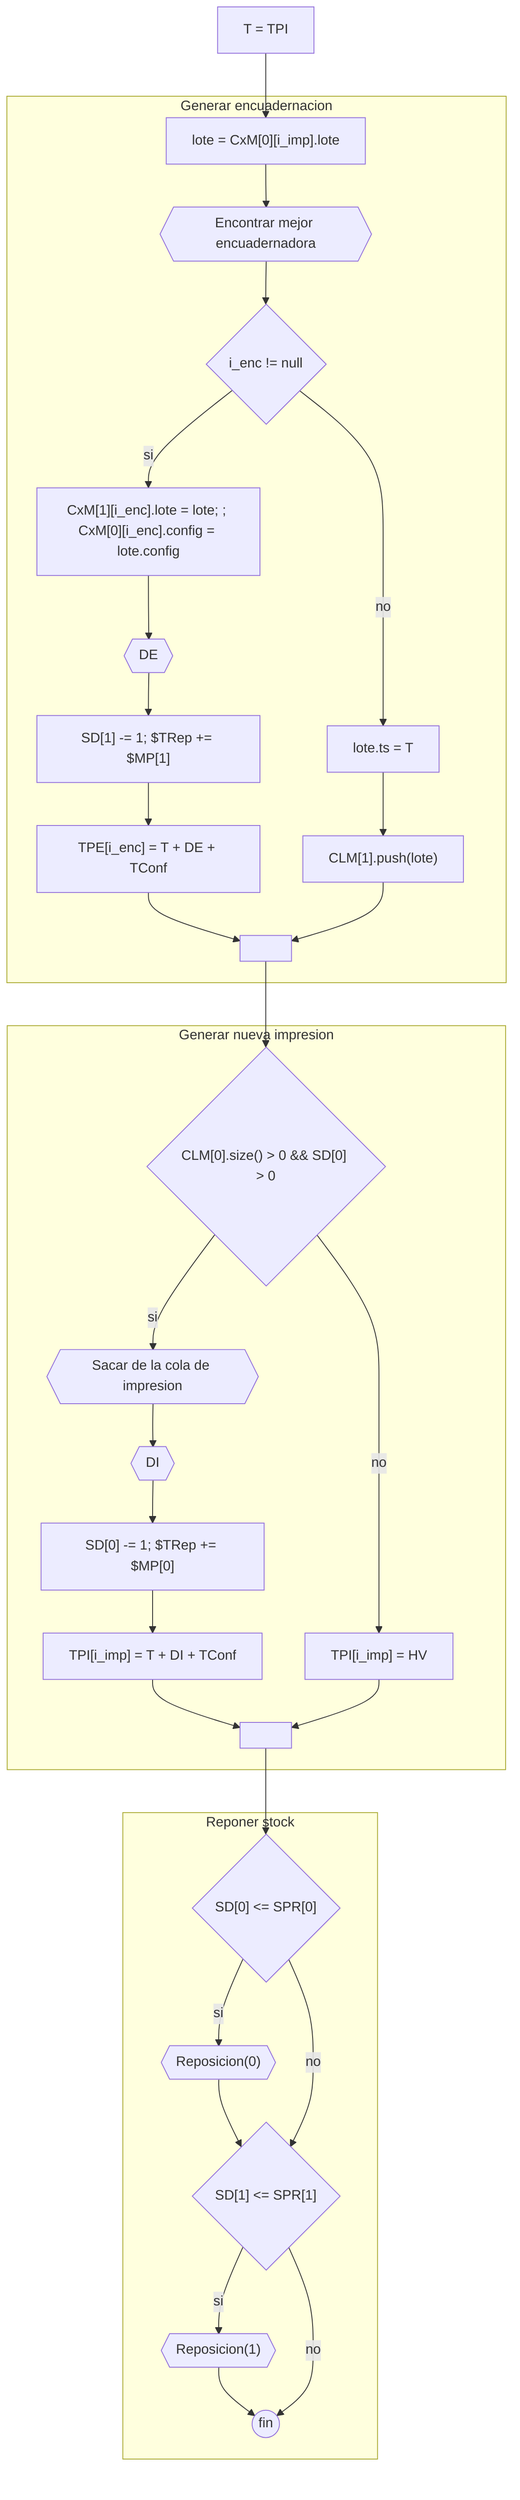
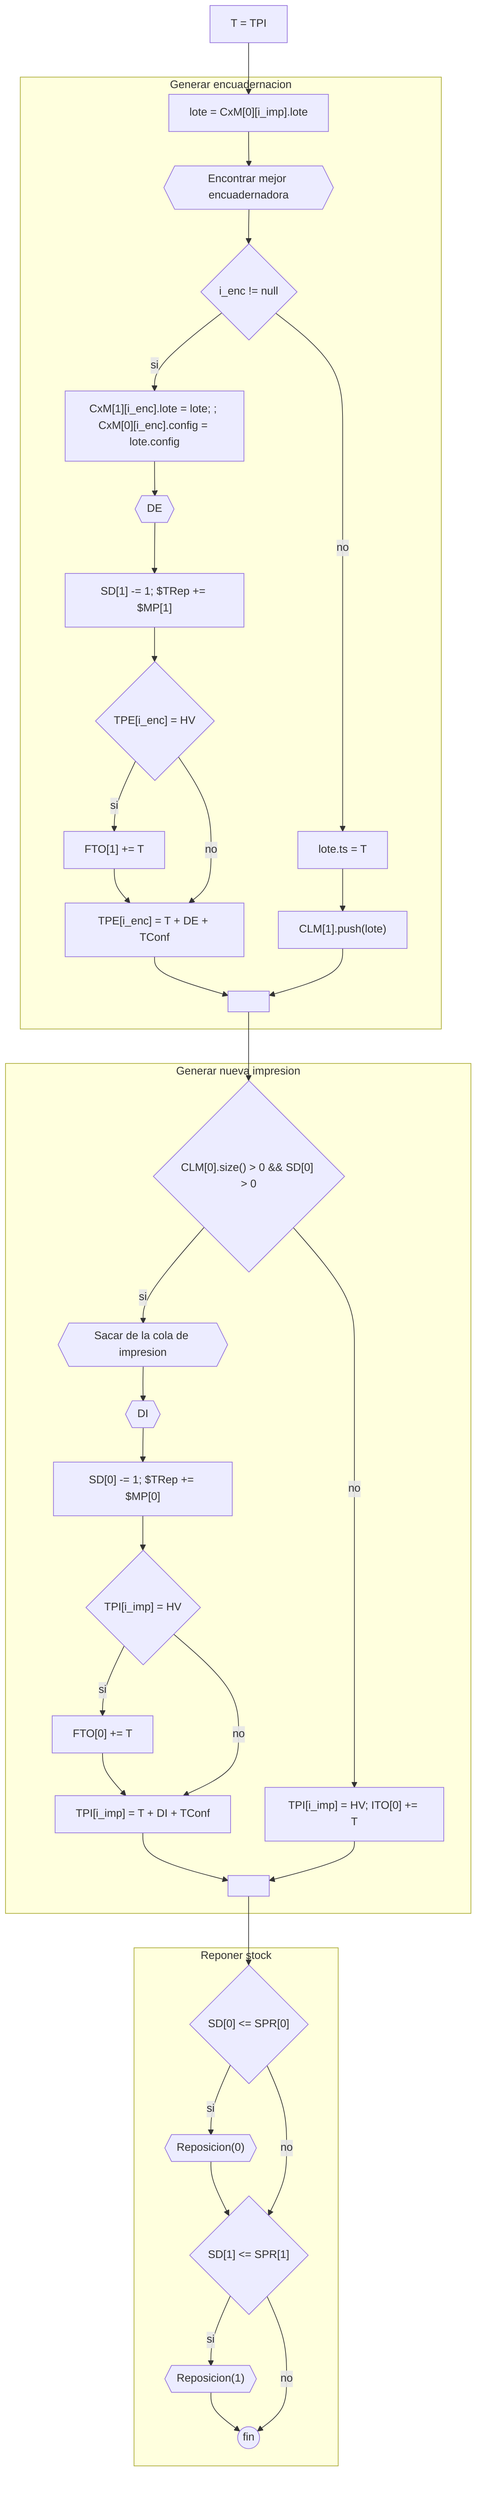
flowchart TD
    direction TD

    a[T = TPI] --> lote["lote = CxM[0][i_imp].lote"]

    subgraph Generar encuadernacion
    lote --> g{{Encontrar mejor encuadernadora}} --> if2{"i_enc != null"}
-     if2 --> |si| aaa0["CxM[1][i_enc].lote = lote; ; CxM[0][i_enc].config = lote.config"] --> aaa{{DE}} --> s1["SD[1] -= 1; $TRep += $MP[1]"] --> h["TPE[i_enc] = T + DE + TConf"] --> ll
+     if2 --> |si| aaa0["CxM[1][i_enc].lote = lote; ; CxM[0][i_enc].config = lote.config"] --> aaa{{DE}} --> s1["SD[1] -= 1; $TRep += $MP[1]"] --> ii1{"TPE[i_enc] = HV"} --> |si| ii2["FTO[1] += T"] --> hh
+     ii1 --> |no| hh["TPE[i_enc] = T + DE + TConf"] --> ll
    if2 --> |no| z9["lote.ts = T"] --> aa["CLM[1].push(lote)"]  --> ll
    end

    subgraph Generar nueva impresion
    ll[" "] --> if
-     if{"CLM[0].size() > 0 && SD[0] > 0"} --> |si| e{{"Sacar de la cola de impresion"}} --> s{{DI}} --> s0["SD[0] -= 1; $TRep += $MP[0]"] --> b["TPI[i_imp] = T + DI + TConf"] --> l[" "]
-     if --> |no| zz["TPI[i_imp] = HV"] --> l
+     if{"CLM[0].size() > 0 && SD[0] > 0"} --> |si| e{{"Sacar de la cola de impresion"}} --> s{{DI}} --> s0["SD[0] -= 1; $TRep += $MP[0]"] --> i1{"TPI[i_imp] = HV"} --> |si| i2["FTO[0] += T"] --> i
+     i1 --> |no| i["TPI[i_imp] = T + DI + TConf"]
+     --> l[" "]
+     if --> |no| zz["TPI[i_imp] = HV; ITO[0] += T"] --> l
    end

    subgraph Reponer stock
    l --> if3{"SD[0] <= SPR[0]"}
    if3 --> |si| r0{{"Reposicion(0)"}} --> if4{"SD[1] <= SPR[1]"}
    if3 --> |no| if4
    if4 --> |si| r1{{"Reposicion(1)"}} --> fin(("fin"))
    if4 --> |no| fin
    end
